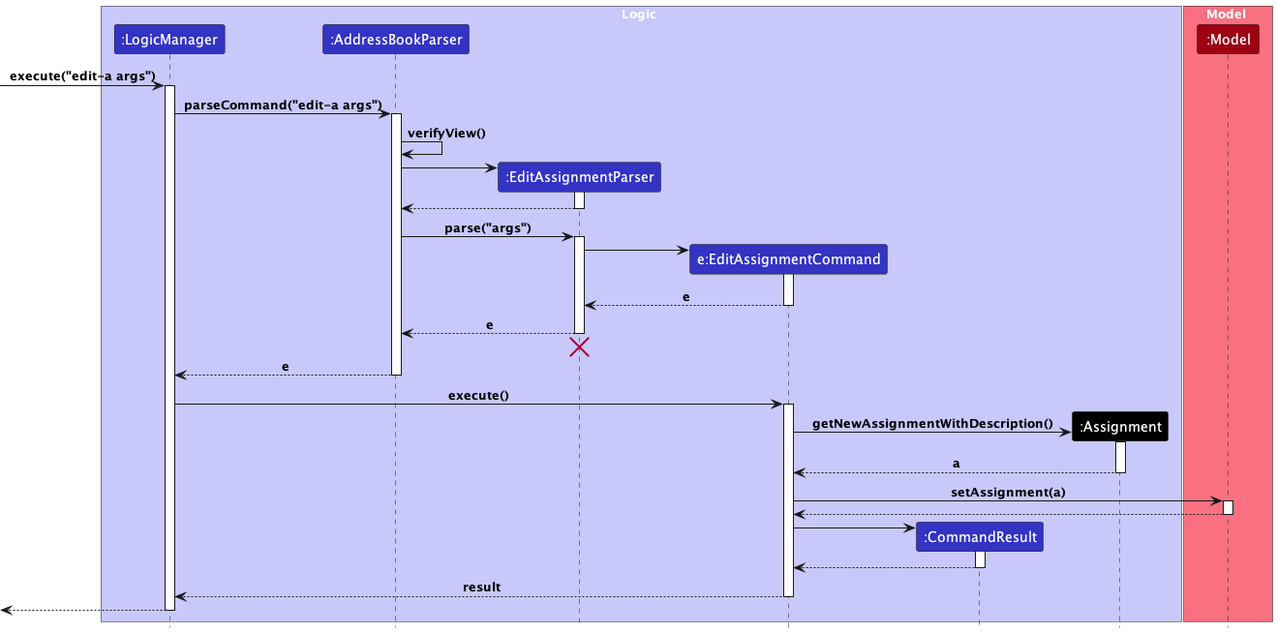
Earlier version of the PlantUML export docs/images/EditAssignmentSeq.png (seewhyjay/tp). Source of this version:
```plantuml
@startuml
!include style.puml

box Logic LOGIC_COLOR_T1
participant ":LogicManager" as LogicManager LOGIC_COLOR
participant ":AddressBookParser" as AddressBookParser LOGIC_COLOR
participant ":EditAssignmentParser" as EditAssignmentParser LOGIC_COLOR
participant "e:EditAssignmentCommand" as EditAssignmentCommand LOGIC_COLOR
participant ":CommandResult" as CommandResult LOGIC_COLOR
participant ":Assignment" as Assignment USER_COLOR
end box

box Model MODEL_COLOR_T1
participant ":Model" as Model MODEL_COLOR
end box

[-> LogicManager : execute("edit-a args")
activate LogicManager

LogicManager -> AddressBookParser : parseCommand("edit-a args")
activate AddressBookParser

AddressBookParser -> AddressBookParser : verifyView()

create EditAssignmentParser
AddressBookParser -> EditAssignmentParser
activate EditAssignmentParser

EditAssignmentParser --> AddressBookParser
deactivate EditAssignmentParser

AddressBookParser -> EditAssignmentParser : parse("args")
activate EditAssignmentParser

create EditAssignmentCommand
EditAssignmentParser -> EditAssignmentCommand
activate EditAssignmentCommand

EditAssignmentCommand --> EditAssignmentParser : e
deactivate EditAssignmentCommand

EditAssignmentParser --> AddressBookParser : e
deactivate EditAssignmentParser
EditAssignmentParser -[hidden]-> AddressBookParser
destroy EditAssignmentParser

AddressBookParser --> LogicManager : e
deactivate AddressBookParser

LogicManager -> EditAssignmentCommand : execute()
activate EditAssignmentCommand

create Assignment
EditAssignmentCommand -> Assignment : getNewAssignmentWithDescription()
activate Assignment

Assignment --> EditAssignmentCommand : a
deactivate Assignment

EditAssignmentCommand -> Model : setAssignment(a)
activate Model

Model --> EditAssignmentCommand
deactivate Model

create CommandResult
EditAssignmentCommand -> CommandResult
activate CommandResult

CommandResult --> EditAssignmentCommand
deactivate CommandResult

EditAssignmentCommand --> LogicManager : result
deactivate EditAssignmentCommand

[<--LogicManager
deactivate LogicManager
@enduml
```
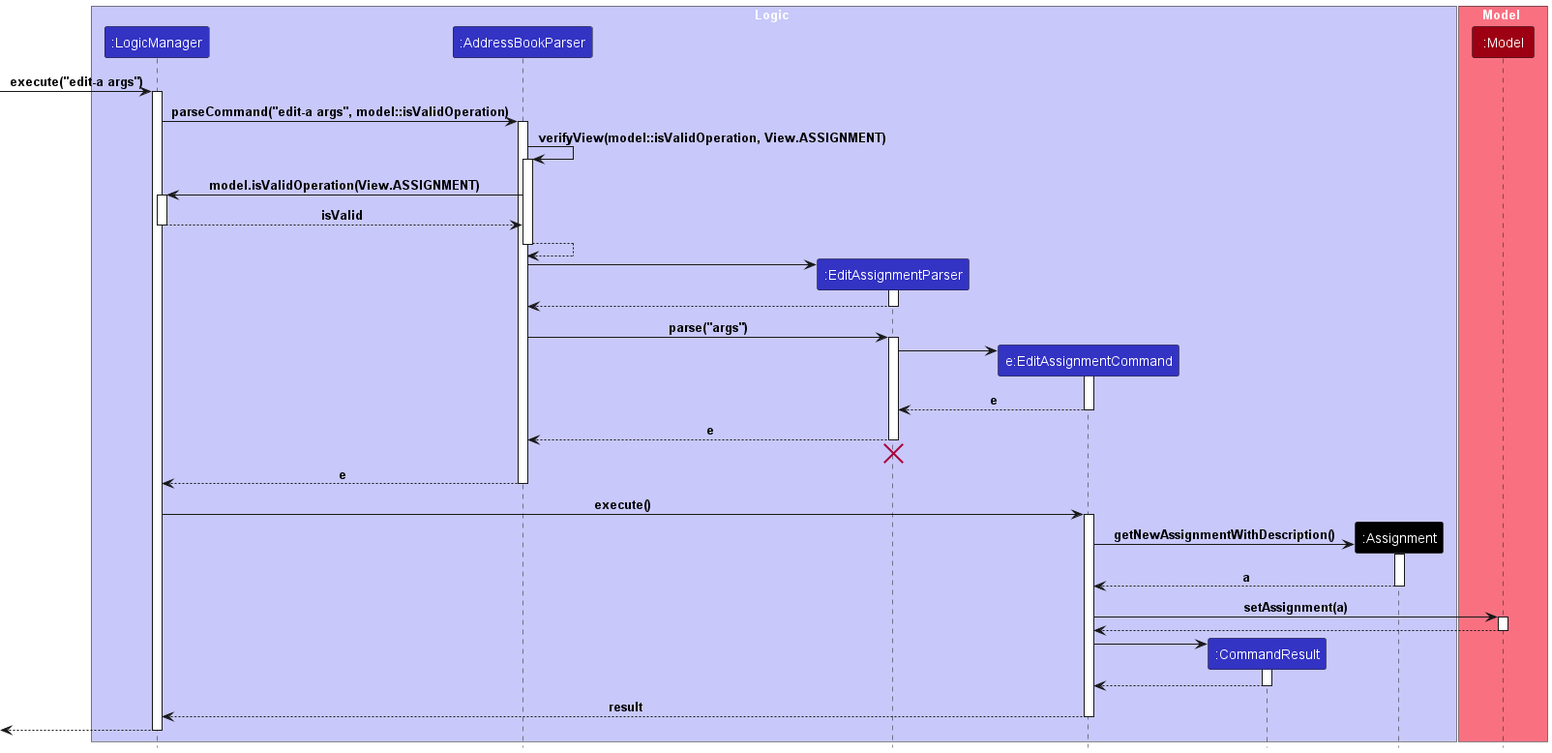
After the change.

Change to the diagram source:
```diff
@@ -17,10 +17,21 @@
 [-> LogicManager : execute("edit-a args")
 activate LogicManager
 
-LogicManager -> AddressBookParser : parseCommand("edit-a args")
+LogicManager -> AddressBookParser : parseCommand("edit-a args", model::isValidOperation)
 activate AddressBookParser
 
-AddressBookParser -> AddressBookParser : verifyView()
+AddressBookParser -> AddressBookParser : verifyView(model::isValidOperation, View.ASSIGNMENT)
+activate AddressBookParser
+
+AddressBookParser -> LogicManager : model.isValidOperation(View.ASSIGNMENT)
+activate LogicManager
+
+LogicManager --> AddressBookParser : isValid
+deactivate LogicManager
+
+AddressBookParser --> AddressBookParser
+
+deactivate AddressBookParser
 
 create EditAssignmentParser
 AddressBookParser -> EditAssignmentParser
```
